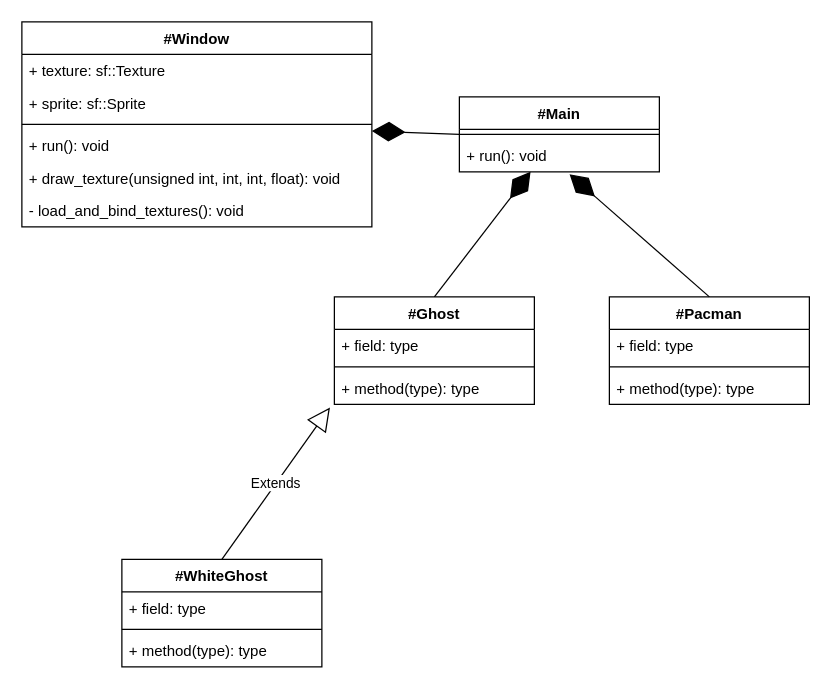
This is diagrams/class_diagram.drawio from arthurwinck/so-trab-final, a draw.io file, before an edit. Source tidied: cells renumbered, new cells numbered last; positions are measured from the earlier drawing's top-left corner, leaving out a move shared by most shapes. Both pictures are drawn from the tidied source at 125%, with x=0, y=0 at pixel (21, 21).
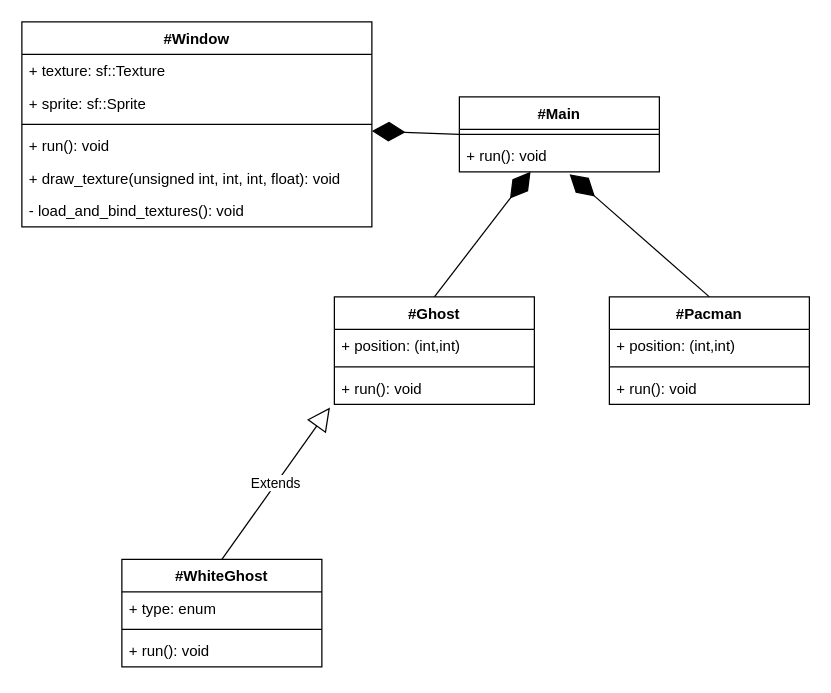
After the change.

Commit message:
Adição de métodos e atributos

The change refers to these unchanged cells:
```xml
<mxCell id="12" value="#Pacman" style="swimlane;fontStyle=1;align=center;verticalAlign=top;horizontal=1;startSize=26;" parent="1" vertex="1">
  <mxGeometry x="470" y="220" width="160" height="86" as="geometry" />
</mxCell>
<mxCell id="19" value="#Ghost" style="swimlane;fontStyle=1;align=center;verticalAlign=top;horizontal=1;startSize=26;" parent="1" vertex="1">
  <mxGeometry x="250" y="220" width="160" height="86" as="geometry" />
</mxCell>
<mxCell id="24" value="#WhiteGhost" style="swimlane;fontStyle=1;align=center;verticalAlign=top;horizontal=1;startSize=26;" parent="1" vertex="1">
  <mxGeometry x="80" y="430" width="160" height="86" as="geometry" />
</mxCell>
```

Change to the diagram source:
```diff
@@
-    <mxCell id="13" value="+ field: type" style="text;strokeColor=none;fillColor=none;align=left;verticalAlign=top;spacingLeft=4;spacingRight=4;overflow=hidden;" parent="12" vertex="1">
+    <mxCell id="13" value="+ position: (int,int)" style="text;strokeColor=none;fillColor=none;align=left;verticalAlign=top;spacingLeft=4;spacingRight=4;overflow=hidden;" parent="12" vertex="1">
       <mxGeometry y="26" width="160" height="26" as="geometry" />
     </mxCell>
@@
-    <mxCell id="15" value="+ method(type): type" style="text;strokeColor=none;fillColor=none;align=left;verticalAlign=top;spacingLeft=4;spacingRight=4;overflow=hidden;" parent="12" vertex="1">
+    <mxCell id="15" value="+ run(): void" style="text;strokeColor=none;fillColor=none;align=left;verticalAlign=top;spacingLeft=4;spacingRight=4;overflow=hidden;" parent="12" vertex="1">
       <mxGeometry y="60" width="160" height="26" as="geometry" />
     </mxCell>
@@
-    <mxCell id="20" value="+ field: type" style="text;strokeColor=none;fillColor=none;align=left;verticalAlign=top;spacingLeft=4;spacingRight=4;overflow=hidden;" parent="19" vertex="1">
+    <mxCell id="20" value="+ position: (int,int)" style="text;strokeColor=none;fillColor=none;align=left;verticalAlign=top;spacingLeft=4;spacingRight=4;overflow=hidden;" parent="19" vertex="1">
       <mxGeometry y="26" width="160" height="26" as="geometry" />
     </mxCell>
@@
-    <mxCell id="22" value="+ method(type): type" style="text;strokeColor=none;fillColor=none;align=left;verticalAlign=top;spacingLeft=4;spacingRight=4;overflow=hidden;points=[[0,0.5],[1,0.5]];portConstraint=eastwest;" parent="19" vertex="1">
+    <mxCell id="22" value="+ run(): void" style="text;strokeColor=none;fillColor=none;align=left;verticalAlign=top;spacingLeft=4;spacingRight=4;overflow=hidden;points=[[0,0.5],[1,0.5]];portConstraint=eastwest;" parent="19" vertex="1">
       <mxGeometry y="60" width="160" height="26" as="geometry" />
     </mxCell>
@@
-    <mxCell id="25" value="+ field: type" style="text;strokeColor=none;fillColor=none;align=left;verticalAlign=top;spacingLeft=4;spacingRight=4;overflow=hidden;" parent="24" vertex="1">
+    <mxCell id="25" value="+ type: enum" style="text;strokeColor=none;fillColor=none;align=left;verticalAlign=top;spacingLeft=4;spacingRight=4;overflow=hidden;" parent="24" vertex="1">
       <mxGeometry y="26" width="160" height="26" as="geometry" />
     </mxCell>
@@
-    <mxCell id="27" value="+ method(type): type" style="text;strokeColor=none;fillColor=none;align=left;verticalAlign=top;spacingLeft=4;spacingRight=4;overflow=hidden;" parent="24" vertex="1">
+    <mxCell id="27" value="+ run(): void&#10;" style="text;strokeColor=none;fillColor=none;align=left;verticalAlign=top;spacingLeft=4;spacingRight=4;overflow=hidden;" parent="24" vertex="1">
       <mxGeometry y="60" width="160" height="26" as="geometry" />
     </mxCell>
```
